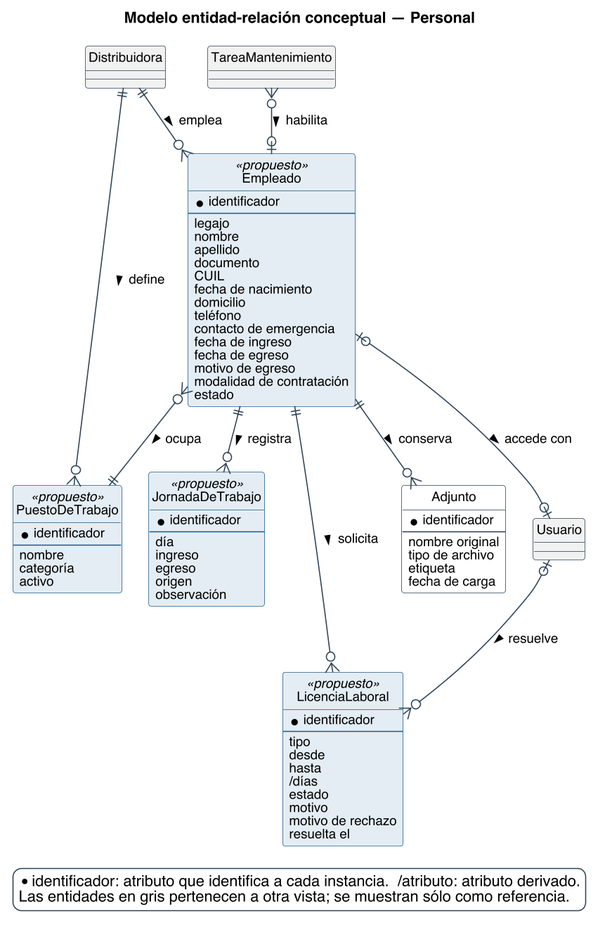
Earlier version of the PlantUML export diagramas/base-de-datos/conceptual/SPLG-der-06-personal.png (Nahuelito-Dev/splg-docs). Source of this version:
```plantuml
@startuml
title Modelo entidad-relación conceptual — Personal
skinparam backgroundColor #FFFFFF
skinparam shadowing false
skinparam defaultFontName Helvetica
skinparam defaultFontSize 12
skinparam dpi 150
skinparam class {
  BorderColor #2C4257
  BackgroundColor #FFFFFF
  ArrowColor #2C4257
  FontSize 12
}
skinparam entity<<ajena>> {
  BackgroundColor #F1F1F1
  BorderColor #8A97A3
  FontColor #55616C
}
skinparam class<<propuesto>> {
  BorderColor #1F5E8C
  BackgroundColor #E4EDF4
}
skinparam entity<<propuesto>> {
  BorderColor #1F5E8C
  BackgroundColor #E4EDF4
}
skinparam legendBackgroundColor #FFFFFF
skinparam legendBorderColor #2C4257

hide circle

skinparam nodesep 25
skinparam ranksep 45

entity PuestoDeTrabajo <<propuesto>> #E4EDF4;line:1F5E8C {
  * identificador
  --
  {field} nombre
  {field} categoría
  {field} activo
}
entity Empleado <<propuesto>> #E4EDF4;line:1F5E8C {
  * identificador
  --
  {field} legajo
  {field} nombre
  {field} apellido
  {field} documento
  {field} CUIL
  {field} fecha de nacimiento
  {field} domicilio
  {field} teléfono
  {field} contacto de emergencia
  {field} fecha de ingreso
  {field} fecha de egreso
  {field} motivo de egreso
  {field} modalidad de contratación
  {field} estado
}
entity JornadaDeTrabajo <<propuesto>> #E4EDF4;line:1F5E8C {
  * identificador
  --
  {field} día
  {field} ingreso
  {field} egreso
  {field} origen
  {field} observación
}
entity LicenciaLaboral <<propuesto>> #E4EDF4;line:1F5E8C {
  * identificador
  --
  {field} tipo
  {field} desde
  {field} hasta
  {field} /días
  {field} estado
  {field} motivo
  {field} motivo de rechazo
  {field} resuelta el
}
entity Adjunto {
  * identificador
  --
  {field} nombre original
  {field} tipo de archivo
  {field} etiqueta
  {field} fecha de carga
}
entity Distribuidora #F1F1F1 {
}
entity Usuario #F1F1F1 {
}
entity TareaMantenimiento #F1F1F1 {
}

Distribuidora ||--o{ PuestoDeTrabajo : define >
Distribuidora ||--o{ Empleado : emplea >
Empleado |o--o| Usuario : accede con >
Empleado }o--|| PuestoDeTrabajo : ocupa >
Empleado ||--o{ JornadaDeTrabajo : registra >
Empleado ||--o{ LicenciaLaboral : solicita >
Usuario |o--o{ LicenciaLaboral : resuelve >
TareaMantenimiento }o--o| Empleado : habilita >
Empleado ||--o{ Adjunto : conserva >

legend bottom right
  * identificador: atributo que identifica a cada instancia.  /atributo: atributo derivado.
  Las entidades en gris pertenecen a otra vista; se muestran sólo como referencia.
endlegend
@enduml
```
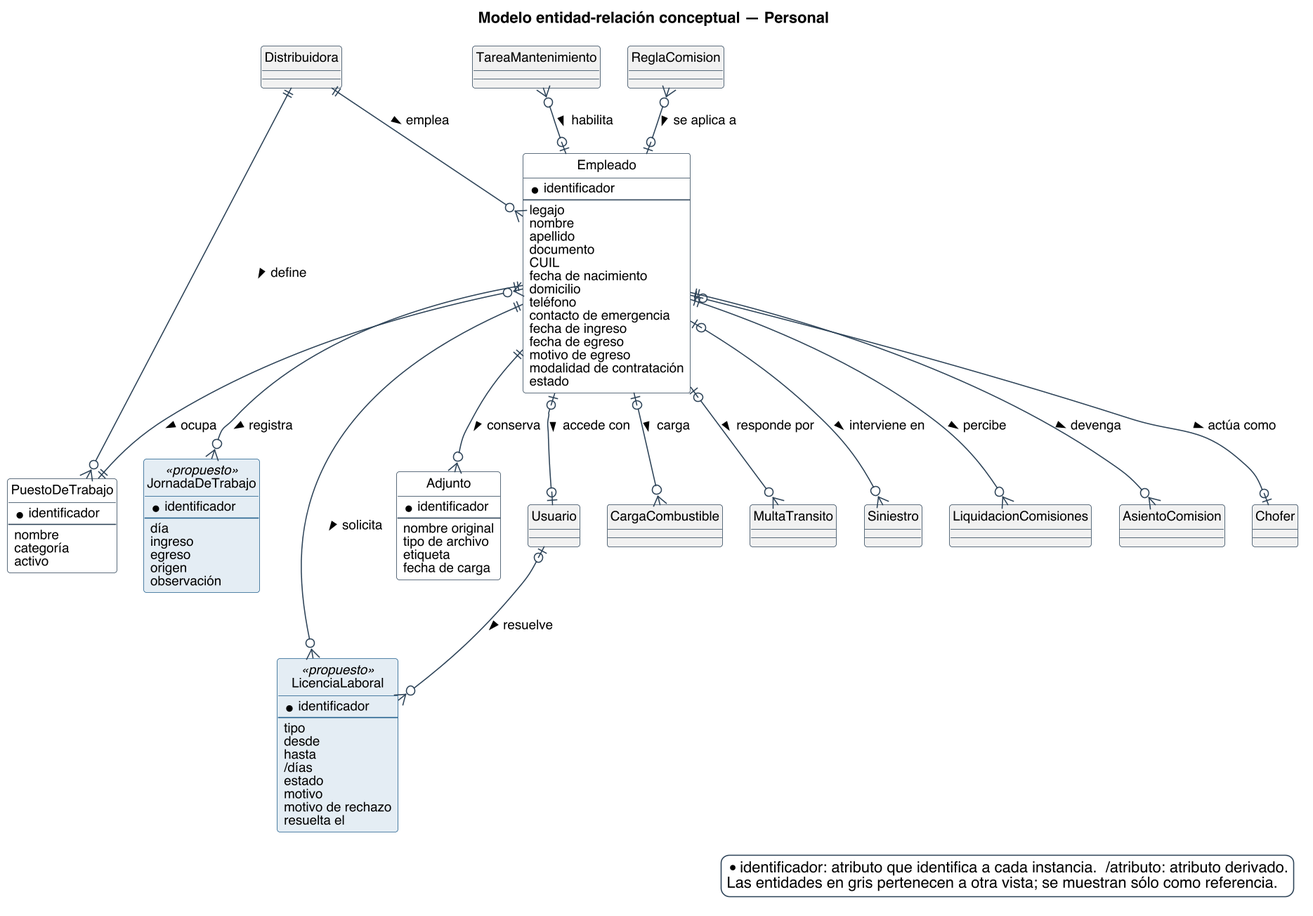
The same file after the commit.

Diff of the diagram source:
```diff
@@ -32,14 +32,14 @@
 skinparam nodesep 25
 skinparam ranksep 45
 
-entity PuestoDeTrabajo <<propuesto>> #E4EDF4;line:1F5E8C {
+entity PuestoDeTrabajo {
   * identificador
   --
   {field} nombre
   {field} categoría
   {field} activo
 }
-entity Empleado <<propuesto>> #E4EDF4;line:1F5E8C {
+entity Empleado {
   * identificador
   --
   {field} legajo
@@ -92,16 +92,37 @@
 }
 entity TareaMantenimiento #F1F1F1 {
 }
+entity ReglaComision #F1F1F1 {
+}
+entity CargaCombustible #F1F1F1 {
+}
+entity MultaTransito #F1F1F1 {
+}
+entity Siniestro #F1F1F1 {
+}
+entity LiquidacionComisiones #F1F1F1 {
+}
+entity AsientoComision #F1F1F1 {
+}
+entity Chofer #F1F1F1 {
+}
 
 Distribuidora ||--o{ PuestoDeTrabajo : define >
 Distribuidora ||--o{ Empleado : emplea >
+Empleado }o--|| PuestoDeTrabajo : ocupa >
 Empleado |o--o| Usuario : accede con >
-Empleado }o--|| PuestoDeTrabajo : ocupa >
+ReglaComision }o--o| Empleado : se aplica a >
 Empleado ||--o{ JornadaDeTrabajo : registra >
 Empleado ||--o{ LicenciaLaboral : solicita >
 Usuario |o--o{ LicenciaLaboral : resuelve >
+Empleado |o--o{ CargaCombustible : carga >
 TareaMantenimiento }o--o| Empleado : habilita >
+Empleado |o--o{ MultaTransito : responde por >
+Empleado |o--o{ Siniestro : interviene en >
+Empleado ||--o{ LiquidacionComisiones : percibe >
+Empleado ||--o{ AsientoComision : devenga >
 Empleado ||--o{ Adjunto : conserva >
+Empleado |o--o| Chofer : actúa como >
 
 legend bottom right
   * identificador: atributo que identifica a cada instancia.  /atributo: atributo derivado.
```
